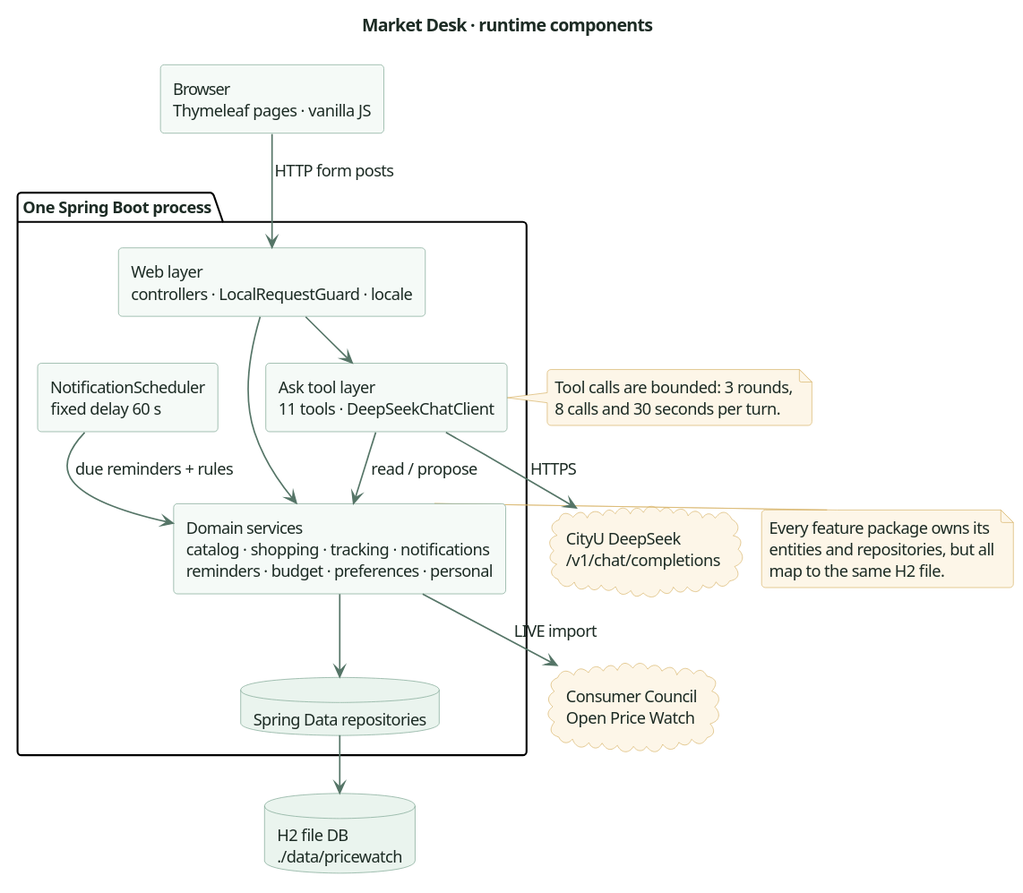
Earlier version of the PlantUML export docs/guide/system-guide/diagrams/component.svg (LamHeiKit230208993/CS3383-Project). Its diagram source:
```plantuml
@startuml
top to bottom direction
!pragma layout smetana
skinparam backgroundColor transparent
skinparam defaultFontName "Segoe UI"
skinparam defaultFontSize 13
skinparam defaultFontColor #1C2B24
skinparam shadowing false
skinparam roundcorner 6
skinparam arrowColor #557567
skinparam arrowThickness 1.2
skinparam componentStyle rectangle
skinparam componentBackgroundColor #F5FAF7
skinparam componentBorderColor #7FA694
skinparam componentFontColor #1C2B24
skinparam databaseBackgroundColor #EAF4EE
skinparam databaseBorderColor #7FA694
skinparam cloudBackgroundColor #FDF6E8
skinparam cloudBorderColor #D9B56A
skinparam noteBackgroundColor #FDF6E8
skinparam noteBorderColor #D9B56A

title Market Desk · runtime components

[Browser\nThymeleaf pages · vanilla JS] as UI

package "One Spring Boot process" {
  [Web layer\ncontrollers · LocalRequestGuard · locale] as Web
  [Domain services\ncatalog · shopping · tracking · notifications\nreminders · budget · preferences · personal] as Services
  [Ask tool layer\n11 tools · DeepSeekChatClient] as Ask
  [NotificationScheduler\nfixed delay 60 s] as Scheduler
  database "Spring Data repositories" as Repos
}

database "H2 file DB\n./data/pricewatch" as DB
cloud "Consumer Council\nOpen Price Watch" as Feed
cloud "CityU DeepSeek\n/v1/chat/completions" as LLM

UI --> Web : HTTP form posts
Web --> Services
Web --> Ask
Ask --> Services : read / propose
Ask --> LLM : HTTPS
Scheduler --> Services : due reminders + rules
Services --> Repos
Repos --> DB
Services --> Feed : LIVE import

note right of Services
  Every feature package owns its
  entities and repositories, but all
  map to the same H2 file.
end note

note left of Ask
  Tool calls are bounded: 3 rounds,
  8 calls and 30 seconds per turn.
end note
@enduml
```
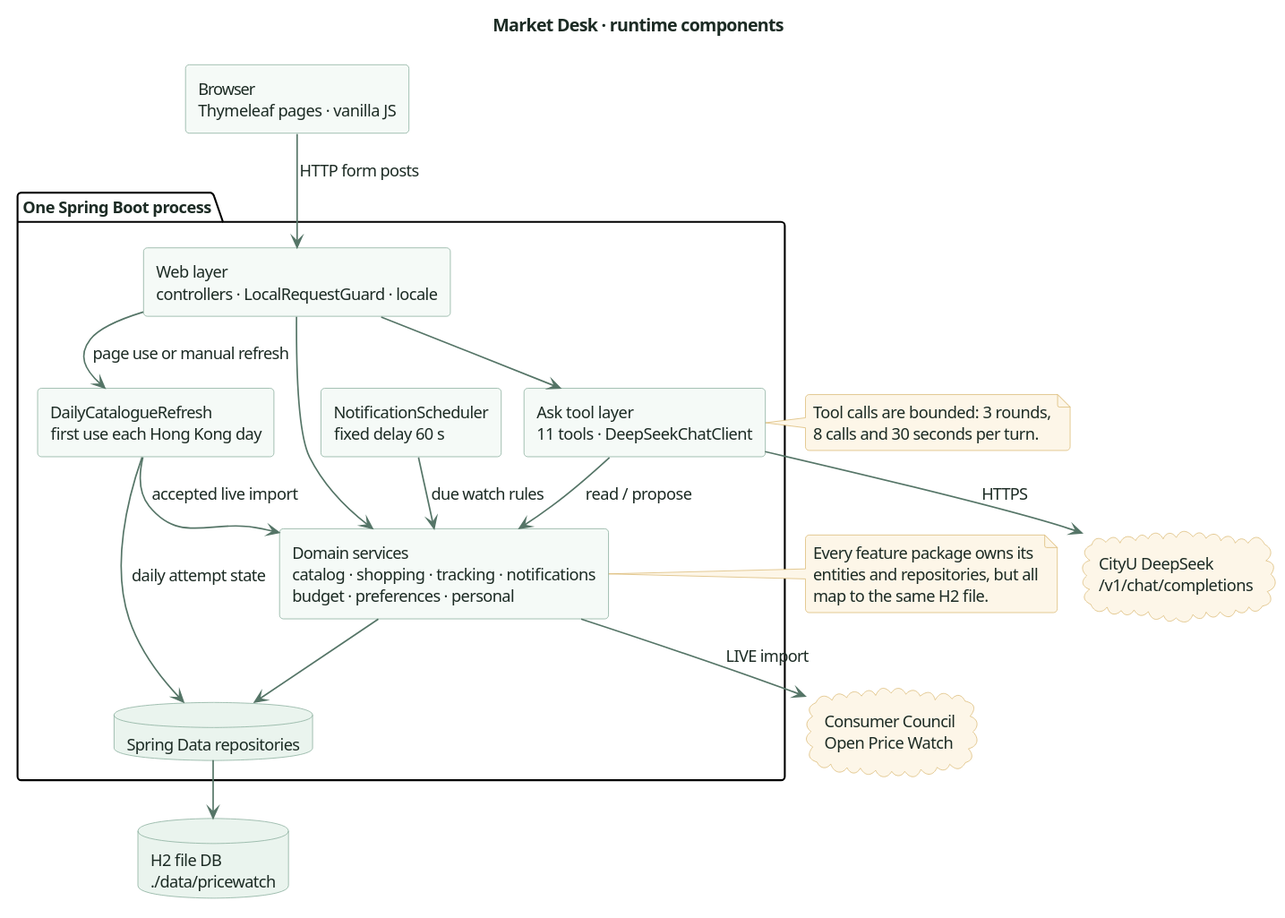
After the commit.

The edit, as a diff of the source:
```diff
@@ -26,7 +26,8 @@
 
 package "One Spring Boot process" {
   [Web layer\ncontrollers · LocalRequestGuard · locale] as Web
-  [Domain services\ncatalog · shopping · tracking · notifications\nreminders · budget · preferences · personal] as Services
+  [Domain services\ncatalog · shopping · tracking · notifications\nbudget · preferences · personal] as Services
+  [DailyCatalogueRefresh\nfirst use each Hong Kong day] as Refresh
   [Ask tool layer\n11 tools · DeepSeekChatClient] as Ask
   [NotificationScheduler\nfixed delay 60 s] as Scheduler
   database "Spring Data repositories" as Repos
@@ -41,7 +42,10 @@
 Web --> Ask
 Ask --> Services : read / propose
 Ask --> LLM : HTTPS
-Scheduler --> Services : due reminders + rules
+Scheduler --> Services : due watch rules
+Web --> Refresh : page use or manual refresh
+Refresh --> Services : accepted live import
+Refresh --> Repos : daily attempt state
 Services --> Repos
 Repos --> DB
 Services --> Feed : LIVE import
```
